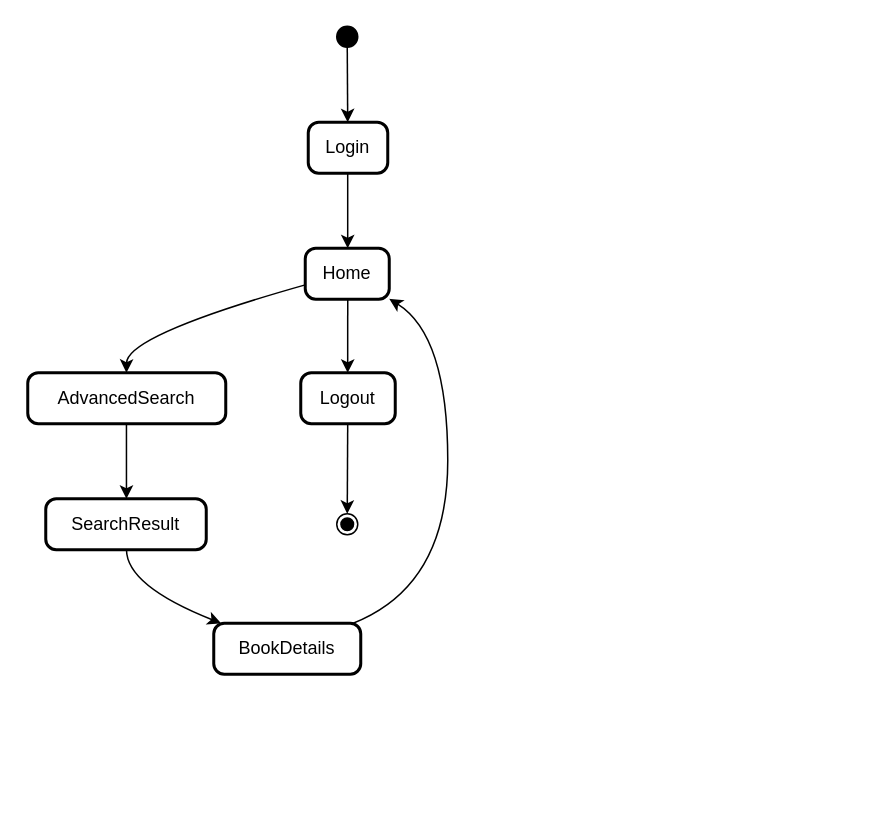
Earlier version of the draw.io diagram useCaseDiagram/高级查询.drawio (Jinlkj/DrawIO). Source tidied: cells renumbered, new cells numbered last; positions are measured from the earlier drawing's top-left corner, leaving out a move shared by most shapes. Both pictures are drawn from the tidied source at 150%, with x=0, y=0 at pixel (27, 26).
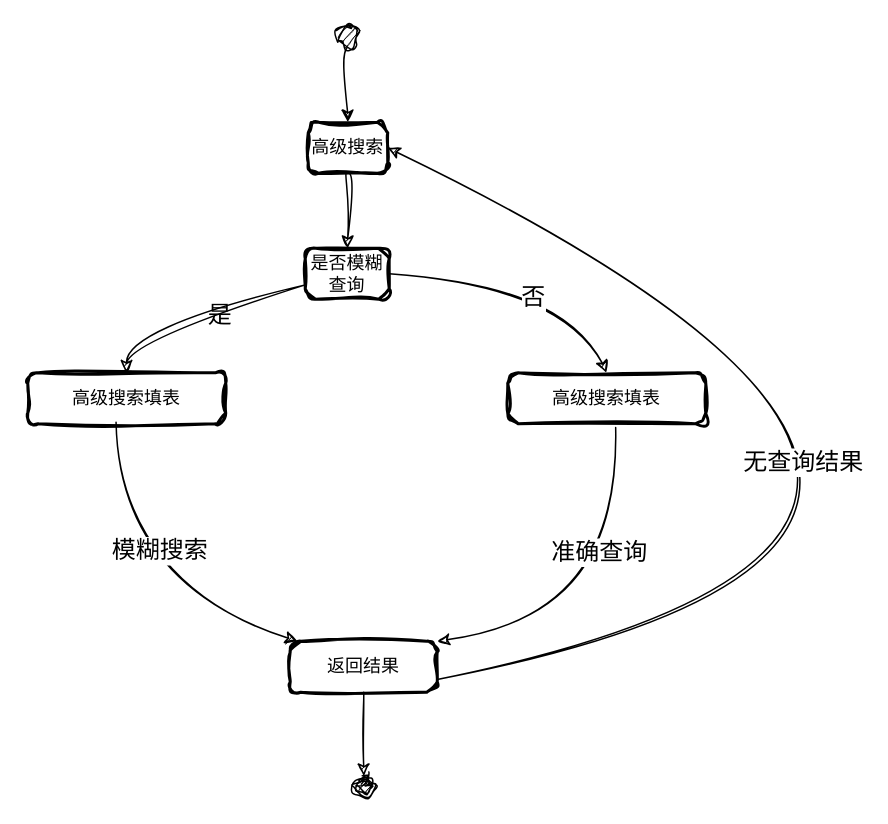
The same page after the edit.

Commit message:
更新高级查询.drawio

What changed in the source:
```diff
@@
-    <mxCell id="2" style="ellipse;fillColor=strokeColor;" parent="1" vertex="1">
+    <mxCell id="2" style="ellipse;fillColor=strokeColor;sketch=1;curveFitting=1;jiggle=2;" parent="1" vertex="1">
       <mxGeometry x="206" width="14" height="14" as="geometry" />
     </mxCell>
-    <mxCell id="3" value="Login" style="rounded=1;absoluteArcSize=1;arcSize=14;whiteSpace=wrap;strokeWidth=2;" parent="1" vertex="1">
+    <mxCell id="3" value="高级搜索" style="rounded=1;absoluteArcSize=1;arcSize=14;whiteSpace=wrap;strokeWidth=2;sketch=1;curveFitting=1;jiggle=2;" parent="1" vertex="1">
       <mxGeometry x="187" y="64" width="53" height="34" as="geometry" />
     </mxCell>
-    <mxCell id="4" value="Home" style="rounded=1;absoluteArcSize=1;arcSize=14;whiteSpace=wrap;strokeWidth=2;" parent="1" vertex="1">
+    <mxCell id="4" value="是否模糊查询" style="rounded=1;absoluteArcSize=1;arcSize=14;whiteSpace=wrap;strokeWidth=2;sketch=1;curveFitting=1;jiggle=2;" parent="1" vertex="1">
       <mxGeometry x="185" y="148" width="56" height="34" as="geometry" />
     </mxCell>
-    <mxCell id="5" value="AdvancedSearch" style="rounded=1;absoluteArcSize=1;arcSize=14;whiteSpace=wrap;strokeWidth=2;" parent="1" vertex="1">
+    <mxCell id="5" value="高级搜索填表" style="rounded=1;absoluteArcSize=1;arcSize=14;whiteSpace=wrap;strokeWidth=2;sketch=1;curveFitting=1;jiggle=2;" parent="1" vertex="1">
       <mxGeometry y="231" width="132" height="34" as="geometry" />
     </mxCell>
-    <mxCell id="6" value="SearchResult" style="rounded=1;absoluteArcSize=1;arcSize=14;whiteSpace=wrap;strokeWidth=2;" parent="1" vertex="1">
-      <mxGeometry x="12" y="315" width="107" height="34" as="geometry" />
-    </mxCell>
+    <mxCell id="18" style="edgeStyle=none;shape=connector;rounded=0;sketch=1;hachureGap=4;jiggle=2;curveFitting=1;jettySize=auto;html=1;exitX=0.5;exitY=1;exitDx=0;exitDy=0;entryX=0.5;entryY=0;entryDx=0;entryDy=0;labelBackgroundColor=default;strokeColor=default;align=center;verticalAlign=middle;fontFamily=Architects Daughter;fontSize=16;fontColor=default;endArrow=classic;" parent="1" edge="1" source="7" target="9">
+      <mxGeometry relative="1" as="geometry" />
+    </mxCell>
-    <mxCell id="7" value="BookDetails" style="rounded=1;absoluteArcSize=1;arcSize=14;whiteSpace=wrap;strokeWidth=2;" parent="1" vertex="1">
-      <mxGeometry x="124" y="398" width="98" height="34" as="geometry" />
+    <mxCell id="7" value="返回结果" style="rounded=1;absoluteArcSize=1;arcSize=14;whiteSpace=wrap;strokeWidth=2;sketch=1;curveFitting=1;jiggle=2;" parent="1" vertex="1">
+      <mxGeometry x="175" y="410" width="98" height="34" as="geometry" />
     </mxCell>
-    <mxCell id="8" value="Logout" style="rounded=1;absoluteArcSize=1;arcSize=14;whiteSpace=wrap;strokeWidth=2;" parent="1" vertex="1">
-      <mxGeometry x="182" y="231" width="63" height="34" as="geometry" />
-    </mxCell>
-    <mxCell id="9" style="ellipse;shape=endState;fillColor=strokeColor;" parent="1" vertex="1">
-      <mxGeometry x="206" y="325" width="14" height="14" as="geometry" />
+    <mxCell id="9" style="ellipse;shape=endState;fillColor=strokeColor;sketch=1;curveFitting=1;jiggle=2;" parent="1" vertex="1">
+      <mxGeometry x="217" y="500" width="14" height="14" as="geometry" />
     </mxCell>
-    <mxCell id="10" style="curved=1;startArrow=none;exitX=0.5217633928571429;exitY=1;entryX=0.49631485849056606;entryY=0;" parent="1" edge="1" source="2" target="3">
+    <mxCell id="10" style="curved=1;startArrow=none;exitX=0.5217633928571429;exitY=1;entryX=0.49631485849056606;entryY=0;sketch=1;curveFitting=1;jiggle=2;" parent="1" edge="1" source="2" target="3">
       <mxGeometry relative="1" as="geometry" />
     </mxCell>
-    <mxCell id="11" style="curved=1;startArrow=none;exitX=0.49631485849056606;exitY=0.9880514705882353;entryX=0.5054408482142857;entryY=-0.011948529411764705;" parent="1" edge="1" source="3" target="4">
+    <mxCell id="11" style="curved=1;startArrow=none;exitX=0.49631485849056606;exitY=0.9880514705882353;entryX=0.5054408482142857;entryY=-0.011948529411764705;sketch=1;curveFitting=1;jiggle=2;" parent="1" edge="1" source="3" target="4">
       <mxGeometry relative="1" as="geometry" />
     </mxCell>
-    <mxCell id="12" style="curved=1;startArrow=none;exitX=0.0048828125;exitY=0.7157000677654537;entryX=0.49852035984848486;entryY=0.0055147058823529415;" parent="1" edge="1" source="4" target="5">
+    <mxCell id="12" style="curved=1;startArrow=none;exitX=0.0048828125;exitY=0.7157000677654537;entryX=0.49852035984848486;entryY=0.0055147058823529415;sketch=1;curveFitting=1;jiggle=2;" parent="1" edge="1" source="4" target="5">
       <mxGeometry relative="1" as="geometry">
         <Array as="points">
           <mxPoint x="66" y="206" />
         </Array>
       </mxGeometry>
     </mxCell>
-    <mxCell id="13" style="curved=1;startArrow=none;exitX=0.49852035984848486;exitY=0.9935661764705882;entryX=0.5028475467289719;entryY=-0.006433823529411764;" parent="1" edge="1" source="5" target="6">
-      <mxGeometry relative="1" as="geometry" />
-    </mxCell>
+    <mxCell id="19" value="是" style="edgeLabel;html=1;align=center;verticalAlign=middle;fontSize=16;fontFamily=Architects Daughter;fontColor=default;labelBackgroundColor=none;" parent="12" vertex="1">
+      <mxGeometry x="-0.18" y="4" relative="1" as="geometry" />
+    </mxCell>
-    <mxCell id="14" style="curved=1;startArrow=none;exitX=0.5028475467289719;exitY=0.9816176470588235;entryX=0.059827537907686544;entryY=0.011029411764705883;" parent="1" edge="1" source="6" target="7">
+    <mxCell id="14" style="curved=1;startArrow=none;exitX=0.446;exitY=0.971;entryX=0.059827537907686544;entryY=0.011029411764705883;sketch=1;curveFitting=1;jiggle=2;exitDx=0;exitDy=0;exitPerimeter=0;" parent="1" edge="1" source="5" target="7">
       <mxGeometry relative="1" as="geometry">
         <Array as="points">
           <mxPoint x="66" y="373" />
         </Array>
       </mxGeometry>
     </mxCell>
-    <mxCell id="15" style="curved=1;startArrow=none;exitX=0.9381794773984359;exitY=0.011029411764705883;entryX=0.984062082777036;entryY=0.9761029411764706;" parent="1" edge="1" source="7" target="4">
-      <mxGeometry relative="1" as="geometry">
-        <Array as="points">
-          <mxPoint x="280" y="373" />
-          <mxPoint x="280" y="206" />
-        </Array>
-      </mxGeometry>
-    </mxCell>
-    <mxCell id="16" style="curved=1;startArrow=none;exitX=0.5054408482142857;exitY=0.9761029411764706;entryX=0.49689980158730157;entryY=0.0055147058823529415;" parent="1" edge="1" source="4" target="8">
-      <mxGeometry relative="1" as="geometry" />
-    </mxCell>
-    <mxCell id="17" style="curved=1;startArrow=none;exitX=0.49689980158730157;exitY=0.9935661764705882;entryX=0.5217633928571429;entryY=-0.030133928571428572;" parent="1" edge="1" source="8" target="9">
-      <mxGeometry relative="1" as="geometry" />
-    </mxCell>
+    <mxCell id="20" value="模糊搜索" style="edgeLabel;html=1;align=center;verticalAlign=middle;fontSize=16;fontFamily=Architects Daughter;fontColor=default;" parent="14" vertex="1">
+      <mxGeometry x="-0.24" y="23" relative="1" as="geometry" />
+    </mxCell>
+    <mxCell id="21" value="高级搜索填表" style="rounded=1;absoluteArcSize=1;arcSize=14;whiteSpace=wrap;strokeWidth=2;sketch=1;curveFitting=1;jiggle=2;" parent="1" vertex="1">
+      <mxGeometry x="320" y="231" width="132" height="34" as="geometry" />
+    </mxCell>
+    <mxCell id="22" style="curved=1;startArrow=none;exitX=1;exitY=0.5;entryX=0.49852035984848486;entryY=0.0055147058823529415;sketch=1;curveFitting=1;jiggle=2;exitDx=0;exitDy=0;" parent="1" edge="1" source="4" target="21">
+      <mxGeometry relative="1" as="geometry">
+        <Array as="points">
+          <mxPoint x="360" y="170" />
+        </Array>
+      </mxGeometry>
+    </mxCell>
+    <mxCell id="23" value="否" style="edgeLabel;html=1;align=center;verticalAlign=middle;fontSize=16;fontFamily=Architects Daughter;fontColor=default;" parent="22" vertex="1">
+      <mxGeometry x="0.04" y="-11" relative="1" as="geometry" />
+    </mxCell>
+    <mxCell id="24" style="curved=1;endArrow=classic;html=1;rounded=0;labelBackgroundColor=default;sketch=1;hachureGap=4;jiggle=2;curveFitting=1;strokeColor=default;align=center;verticalAlign=middle;fontFamily=Architects Daughter;fontSize=16;fontColor=default;shape=connector;entryX=1;entryY=0;entryDx=0;entryDy=0;exitX=0.545;exitY=1.072;exitDx=0;exitDy=0;exitPerimeter=0;" parent="1" edge="1" source="21" target="7">
+      <mxGeometry relative="1" as="geometry">
+        <Array as="points">
+          <mxPoint x="400" y="390" />
+        </Array>
+      </mxGeometry>
+    </mxCell>
+    <mxCell id="25" value="准确查询" style="edgeLabel;html=1;align=center;verticalAlign=middle;fontSize=16;fontFamily=Architects Daughter;fontColor=default;" parent="24" vertex="1">
+      <mxGeometry x="-0.35" y="-17" relative="1" as="geometry" />
+    </mxCell>
+    <mxCell id="26" style="curved=1;endArrow=classic;html=1;rounded=0;labelBackgroundColor=default;sketch=1;hachureGap=4;jiggle=2;curveFitting=1;strokeColor=default;align=center;verticalAlign=middle;fontFamily=Architects Daughter;fontSize=16;fontColor=default;shape=connector;exitX=1;exitY=0.75;exitDx=0;exitDy=0;entryX=1;entryY=0.5;entryDx=0;entryDy=0;" parent="1" edge="1" source="7" target="3">
+      <mxGeometry relative="1" as="geometry">
+        <Array as="points">
+          <mxPoint x="770" y="340" />
+        </Array>
+      </mxGeometry>
+    </mxCell>
+    <mxCell id="27" value="无查询结果" style="edgeLabel;html=1;align=center;verticalAlign=middle;fontSize=16;fontFamily=Architects Daughter;fontColor=default;" parent="26" vertex="1">
+      <mxGeometry x="0.38" y="67" relative="1" as="geometry" />
+    </mxCell>
```
